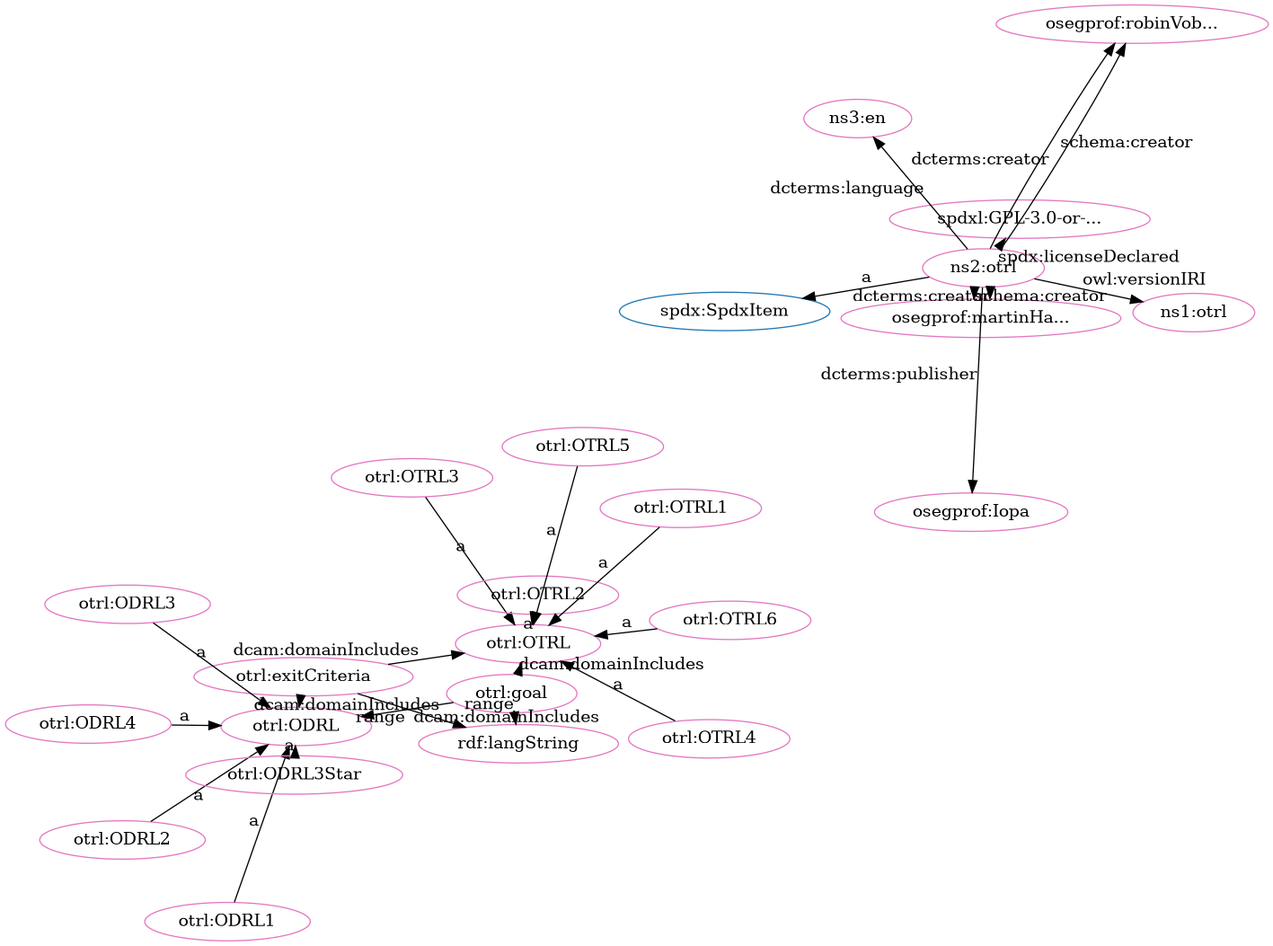
Earlier version of the Graphviz export src/spec/fdp_otrl-clean.png (iop-alliance/OpenKnowHow). Its source is kept beside it as src/spec/fdp_otrl-clean.dot. Source of this version:
```dot
digraph G {
  rankdir=BT
  node[height=.3]
"http://w3id.org/oseg/ont/otrl#ODRL" [fillcolor="#1f77b4" color="#1f77b4" label="otrl:ODRL"]
"http://spdx.org/rdf/terms#SpdxItem" [fillcolor="#1f77b4" color="#1f77b4" label="spdx:SpdxItem"]
"http://w3id.org/oseg/ont/otrl#OTRL" [fillcolor="#1f77b4" color="#1f77b4" label="otrl:OTRL"]
"http://w3id.org/oseg/ont/oseg-profiles#robinVobruba" [fillcolor="#e377c2" color="#e377c2" label="osegprof:robinVob..."]
"http://w3id.org/oseg/ont/otrl#ODRL1" [fillcolor="#e377c2" color="#e377c2" label="otrl:ODRL1"]
"http://w3id.org/oseg/ont/1.1.0/otrl" [fillcolor="#e377c2" color="#e377c2" label="ns1:otrl"]
"http://w3id.org/oseg/ont/otrl#OTRL3" [fillcolor="#e377c2" color="#e377c2" label="otrl:OTRL3"]
"http://w3id.org/oseg/ont/otrl#ODRL" [fillcolor="#e377c2" color="#e377c2" label="otrl:ODRL"]
"http://w3id.org/oseg/ont/otrl#OTRL2" [fillcolor="#e377c2" color="#e377c2" label="otrl:OTRL2"]
"http://w3id.org/oseg/ont/otrl#goal" [fillcolor="#e377c2" color="#e377c2" label="otrl:goal"]
"http://w3id.org/oseg/ont/otrl#OTRL5" [fillcolor="#e377c2" color="#e377c2" label="otrl:OTRL5"]
"http://spdx.org/licenses/GPL-3.0-or-later" [fillcolor="#e377c2" color="#e377c2" label="spdxl:GPL-3.0-or-..."]
"http://www.w3.org/1999/02/22-rdf-syntax-ns#langString" [fillcolor="#e377c2" color="#e377c2" label="rdf:langString"]
"http://w3id.org/oseg/ont/otrl" [fillcolor="#e377c2" color="#e377c2" label="ns2:otrl"]
"http://id.loc.gov/vocabulary/iso639-1/en" [fillcolor="#e377c2" color="#e377c2" label="ns3:en"]
"http://w3id.org/oseg/ont/otrl#OTRL" [fillcolor="#e377c2" color="#e377c2" label="otrl:OTRL"]
"http://w3id.org/oseg/ont/otrl#ODRL4" [fillcolor="#e377c2" color="#e377c2" label="otrl:ODRL4"]
"http://w3id.org/oseg/ont/otrl#OTRL4" [fillcolor="#e377c2" color="#e377c2" label="otrl:OTRL4"]
"http://w3id.org/oseg/ont/otrl#ODRL2" [fillcolor="#e377c2" color="#e377c2" label="otrl:ODRL2"]
"http://w3id.org/oseg/ont/otrl#exitCriteria" [fillcolor="#e377c2" color="#e377c2" label="otrl:exitCriteria"]
"http://w3id.org/oseg/ont/oseg-profiles#martinHaeuer" [fillcolor="#e377c2" color="#e377c2" label="osegprof:martinHa..."]
"http://w3id.org/oseg/ont/oseg-profiles#Iopa" [fillcolor="#e377c2" color="#e377c2" label="osegprof:Iopa"]
"http://w3id.org/oseg/ont/otrl#ODRL3Star" [fillcolor="#e377c2" color="#e377c2" label="otrl:ODRL3Star"]
"http://w3id.org/oseg/ont/otrl#OTRL1" [fillcolor="#e377c2" color="#e377c2" label="otrl:OTRL1"]
"http://w3id.org/oseg/ont/otrl#ODRL3" [fillcolor="#e377c2" color="#e377c2" label="otrl:ODRL3"]
"http://w3id.org/oseg/ont/otrl#OTRL6" [fillcolor="#e377c2" color="#e377c2" label="otrl:OTRL6"]
  "http://w3id.org/oseg/ont/otrl" -> "http://w3id.org/oseg/ont/oseg-profiles#robinVobruba" [label="dcterms:creator"]
  "http://w3id.org/oseg/ont/otrl#ODRL1" -> "http://w3id.org/oseg/ont/otrl#ODRL" [label="a"]
  "http://w3id.org/oseg/ont/otrl#OTRL5" -> "http://w3id.org/oseg/ont/otrl#OTRL" [label="a"]
  "http://w3id.org/oseg/ont/otrl" -> "http://spdx.org/licenses/GPL-3.0-or-later" [label="spdx:licenseDeclared"]
  "http://w3id.org/oseg/ont/otrl#ODRL4" -> "http://w3id.org/oseg/ont/otrl#ODRL" [label="a"]
  "http://w3id.org/oseg/ont/otrl#OTRL4" -> "http://w3id.org/oseg/ont/otrl#OTRL" [label="a"]
  "http://w3id.org/oseg/ont/otrl" -> "http://w3id.org/oseg/ont/oseg-profiles#robinVobruba" [label="schema:creator"]
  "http://w3id.org/oseg/ont/otrl#ODRL3Star" -> "http://w3id.org/oseg/ont/otrl#ODRL" [label="a"]
  "http://w3id.org/oseg/ont/otrl#exitCriteria" -> "http://w3id.org/oseg/ont/otrl#OTRL" [label="dcam:domainIncludes"]
  "http://w3id.org/oseg/ont/otrl" -> "http://w3id.org/oseg/ont/oseg-profiles#martinHaeuer" [label="dcterms:creator"]
  "http://w3id.org/oseg/ont/otrl" -> "http://w3id.org/oseg/ont/1.1.0/otrl" [label="owl:versionIRI"]
  "http://w3id.org/oseg/ont/otrl#OTRL3" -> "http://w3id.org/oseg/ont/otrl#OTRL" [label="a"]
  "http://w3id.org/oseg/ont/otrl#exitCriteria" -> "http://w3id.org/oseg/ont/otrl#ODRL" [label="dcam:domainIncludes"]
  "http://w3id.org/oseg/ont/otrl#OTRL2" -> "http://w3id.org/oseg/ont/otrl#OTRL" [label="a"]
  "http://w3id.org/oseg/ont/otrl#exitCriteria" -> "http://www.w3.org/1999/02/22-rdf-syntax-ns#langString" [label="range"]
  "http://w3id.org/oseg/ont/otrl" -> "http://id.loc.gov/vocabulary/iso639-1/en" [label="dcterms:language"]
  "http://w3id.org/oseg/ont/otrl" -> "http://spdx.org/rdf/terms#SpdxItem" [label="a"]
  "http://w3id.org/oseg/ont/otrl#goal" -> "http://w3id.org/oseg/ont/otrl#OTRL" [label="dcam:domainIncludes"]
  "http://w3id.org/oseg/ont/otrl#ODRL2" -> "http://w3id.org/oseg/ont/otrl#ODRL" [label="a"]
  "http://w3id.org/oseg/ont/otrl#goal" -> "http://w3id.org/oseg/ont/otrl#ODRL" [label="dcam:domainIncludes"]
  "http://w3id.org/oseg/ont/otrl" -> "http://w3id.org/oseg/ont/oseg-profiles#martinHaeuer" [label="schema:creator"]
  "http://w3id.org/oseg/ont/otrl" -> "http://w3id.org/oseg/ont/oseg-profiles#Iopa" [label="dcterms:publisher"]
  "http://w3id.org/oseg/ont/otrl#goal" -> "http://www.w3.org/1999/02/22-rdf-syntax-ns#langString" [label="range"]
  "http://w3id.org/oseg/ont/otrl#OTRL1" -> "http://w3id.org/oseg/ont/otrl#OTRL" [label="a"]
  "http://w3id.org/oseg/ont/otrl#ODRL3" -> "http://w3id.org/oseg/ont/otrl#ODRL" [label="a"]
  "http://w3id.org/oseg/ont/otrl#OTRL6" -> "http://w3id.org/oseg/ont/otrl#OTRL" [label="a"]
}
```
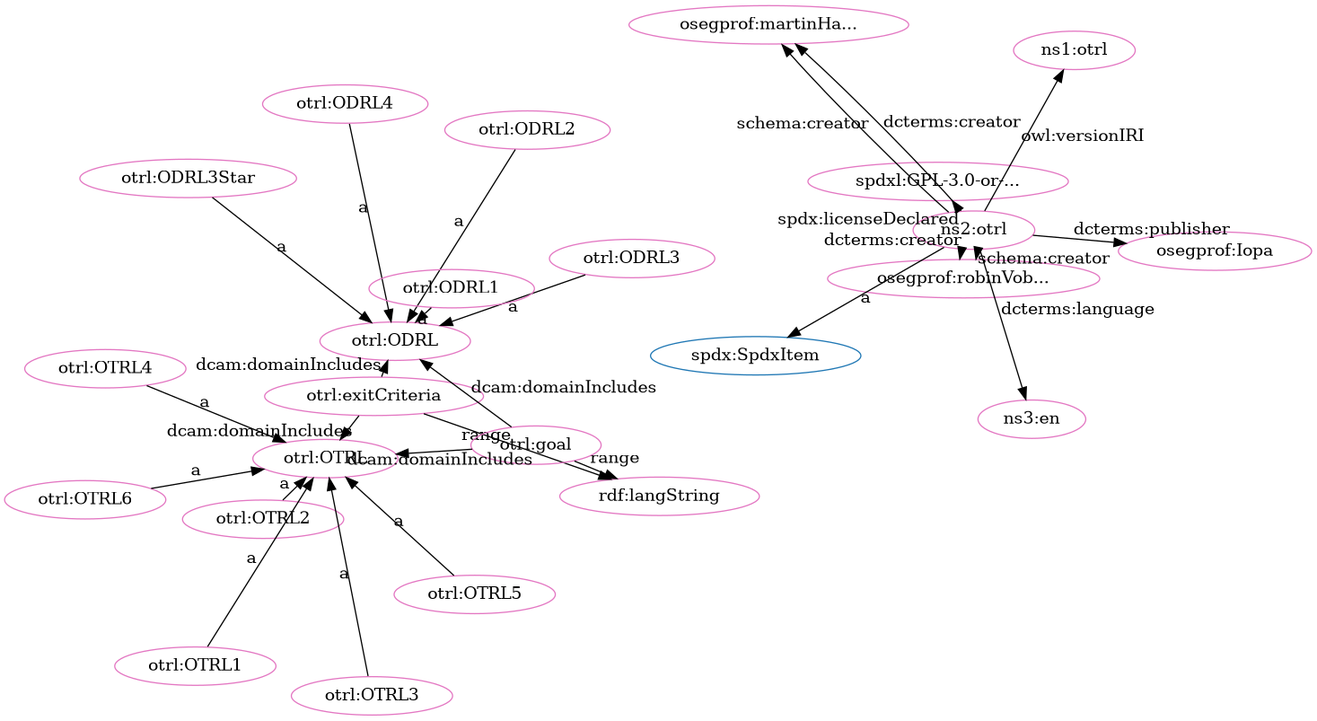
Above is the later version.

Diff of the diagram source:
```diff
@@ -1,56 +1,56 @@
 digraph G {
   rankdir=BT
   node[height=.3]
+"http://w3id.org/oseg/ont/otrl#OTRL" [fillcolor="#1f77b4" color="#1f77b4" label="otrl:OTRL"]
 "http://w3id.org/oseg/ont/otrl#ODRL" [fillcolor="#1f77b4" color="#1f77b4" label="otrl:ODRL"]
 "http://spdx.org/rdf/terms#SpdxItem" [fillcolor="#1f77b4" color="#1f77b4" label="spdx:SpdxItem"]
-"http://w3id.org/oseg/ont/otrl#OTRL" [fillcolor="#1f77b4" color="#1f77b4" label="otrl:OTRL"]
+"http://w3id.org/oseg/ont/oseg-profiles#Iopa" [fillcolor="#e377c2" color="#e377c2" label="osegprof:Iopa"]
+"http://w3id.org/oseg/ont/otrl#exitCriteria" [fillcolor="#e377c2" color="#e377c2" label="otrl:exitCriteria"]
+"http://w3id.org/oseg/ont/otrl#OTRL4" [fillcolor="#e377c2" color="#e377c2" label="otrl:OTRL4"]
+"http://w3id.org/oseg/ont/otrl#ODRL4" [fillcolor="#e377c2" color="#e377c2" label="otrl:ODRL4"]
+"http://w3id.org/oseg/ont/otrl#ODRL" [fillcolor="#e377c2" color="#e377c2" label="otrl:ODRL"]
 "http://w3id.org/oseg/ont/oseg-profiles#robinVobruba" [fillcolor="#e377c2" color="#e377c2" label="osegprof:robinVob..."]
-"http://w3id.org/oseg/ont/otrl#ODRL1" [fillcolor="#e377c2" color="#e377c2" label="otrl:ODRL1"]
+"http://w3id.org/oseg/ont/otrl#OTRL" [fillcolor="#e377c2" color="#e377c2" label="otrl:OTRL"]
+"http://w3id.org/oseg/ont/otrl#ODRL3Star" [fillcolor="#e377c2" color="#e377c2" label="otrl:ODRL3Star"]
+"http://www.w3.org/1999/02/22-rdf-syntax-ns#langString" [fillcolor="#e377c2" color="#e377c2" label="rdf:langString"]
+"http://w3id.org/oseg/ont/otrl#OTRL2" [fillcolor="#e377c2" color="#e377c2" label="otrl:OTRL2"]
+"http://w3id.org/oseg/ont/otrl#OTRL1" [fillcolor="#e377c2" color="#e377c2" label="otrl:OTRL1"]
+"http://w3id.org/oseg/ont/oseg-profiles#martinHaeuer" [fillcolor="#e377c2" color="#e377c2" label="osegprof:martinHa..."]
+"http://w3id.org/oseg/ont/otrl#goal" [fillcolor="#e377c2" color="#e377c2" label="otrl:goal"]
+"http://w3id.org/oseg/ont/otrl#ODRL3" [fillcolor="#e377c2" color="#e377c2" label="otrl:ODRL3"]
+"http://spdx.org/licenses/GPL-3.0-or-later" [fillcolor="#e377c2" color="#e377c2" label="spdxl:GPL-3.0-or-..."]
+"http://w3id.org/oseg/ont/otrl#OTRL6" [fillcolor="#e377c2" color="#e377c2" label="otrl:OTRL6"]
 "http://w3id.org/oseg/ont/1.1.0/otrl" [fillcolor="#e377c2" color="#e377c2" label="ns1:otrl"]
-"http://w3id.org/oseg/ont/otrl#OTRL3" [fillcolor="#e377c2" color="#e377c2" label="otrl:OTRL3"]
-"http://w3id.org/oseg/ont/otrl#ODRL" [fillcolor="#e377c2" color="#e377c2" label="otrl:ODRL"]
-"http://w3id.org/oseg/ont/otrl#OTRL2" [fillcolor="#e377c2" color="#e377c2" label="otrl:OTRL2"]
-"http://w3id.org/oseg/ont/otrl#goal" [fillcolor="#e377c2" color="#e377c2" label="otrl:goal"]
-"http://w3id.org/oseg/ont/otrl#OTRL5" [fillcolor="#e377c2" color="#e377c2" label="otrl:OTRL5"]
-"http://spdx.org/licenses/GPL-3.0-or-later" [fillcolor="#e377c2" color="#e377c2" label="spdxl:GPL-3.0-or-..."]
-"http://www.w3.org/1999/02/22-rdf-syntax-ns#langString" [fillcolor="#e377c2" color="#e377c2" label="rdf:langString"]
 "http://w3id.org/oseg/ont/otrl" [fillcolor="#e377c2" color="#e377c2" label="ns2:otrl"]
 "http://id.loc.gov/vocabulary/iso639-1/en" [fillcolor="#e377c2" color="#e377c2" label="ns3:en"]
-"http://w3id.org/oseg/ont/otrl#OTRL" [fillcolor="#e377c2" color="#e377c2" label="otrl:OTRL"]
-"http://w3id.org/oseg/ont/otrl#ODRL4" [fillcolor="#e377c2" color="#e377c2" label="otrl:ODRL4"]
-"http://w3id.org/oseg/ont/otrl#OTRL4" [fillcolor="#e377c2" color="#e377c2" label="otrl:OTRL4"]
 "http://w3id.org/oseg/ont/otrl#ODRL2" [fillcolor="#e377c2" color="#e377c2" label="otrl:ODRL2"]
-"http://w3id.org/oseg/ont/otrl#exitCriteria" [fillcolor="#e377c2" color="#e377c2" label="otrl:exitCriteria"]
-"http://w3id.org/oseg/ont/oseg-profiles#martinHaeuer" [fillcolor="#e377c2" color="#e377c2" label="osegprof:martinHa..."]
-"http://w3id.org/oseg/ont/oseg-profiles#Iopa" [fillcolor="#e377c2" color="#e377c2" label="osegprof:Iopa"]
-"http://w3id.org/oseg/ont/otrl#ODRL3Star" [fillcolor="#e377c2" color="#e377c2" label="otrl:ODRL3Star"]
-"http://w3id.org/oseg/ont/otrl#OTRL1" [fillcolor="#e377c2" color="#e377c2" label="otrl:OTRL1"]
-"http://w3id.org/oseg/ont/otrl#ODRL3" [fillcolor="#e377c2" color="#e377c2" label="otrl:ODRL3"]
-"http://w3id.org/oseg/ont/otrl#OTRL6" [fillcolor="#e377c2" color="#e377c2" label="otrl:OTRL6"]
+"http://w3id.org/oseg/ont/otrl#OTRL3" [fillcolor="#e377c2" color="#e377c2" label="otrl:OTRL3"]
+"http://w3id.org/oseg/ont/otrl#ODRL1" [fillcolor="#e377c2" color="#e377c2" label="otrl:ODRL1"]
+"http://w3id.org/oseg/ont/otrl#OTRL5" [fillcolor="#e377c2" color="#e377c2" label="otrl:OTRL5"]
+  "http://w3id.org/oseg/ont/otrl" -> "http://w3id.org/oseg/ont/oseg-profiles#Iopa" [label="dcterms:publisher"]
+  "http://w3id.org/oseg/ont/otrl#OTRL4" -> "http://w3id.org/oseg/ont/otrl#OTRL" [label="a"]
+  "http://w3id.org/oseg/ont/otrl#goal" -> "http://w3id.org/oseg/ont/otrl#ODRL" [label="dcam:domainIncludes"]
+  "http://w3id.org/oseg/ont/otrl#exitCriteria" -> "http://w3id.org/oseg/ont/otrl#OTRL" [label="dcam:domainIncludes"]
+  "http://w3id.org/oseg/ont/otrl" -> "http://w3id.org/oseg/ont/oseg-profiles#robinVobruba" [label="schema:creator"]
+  "http://w3id.org/oseg/ont/otrl#OTRL2" -> "http://w3id.org/oseg/ont/otrl#OTRL" [label="a"]
+  "http://w3id.org/oseg/ont/otrl#OTRL1" -> "http://w3id.org/oseg/ont/otrl#OTRL" [label="a"]
+  "http://w3id.org/oseg/ont/otrl" -> "http://w3id.org/oseg/ont/oseg-profiles#martinHaeuer" [label="schema:creator"]
+  "http://w3id.org/oseg/ont/otrl#ODRL3" -> "http://w3id.org/oseg/ont/otrl#ODRL" [label="a"]
+  "http://w3id.org/oseg/ont/otrl" -> "http://w3id.org/oseg/ont/1.1.0/otrl" [label="owl:versionIRI"]
   "http://w3id.org/oseg/ont/otrl" -> "http://w3id.org/oseg/ont/oseg-profiles#robinVobruba" [label="dcterms:creator"]
+  "http://w3id.org/oseg/ont/otrl" -> "http://id.loc.gov/vocabulary/iso639-1/en" [label="dcterms:language"]
   "http://w3id.org/oseg/ont/otrl#ODRL1" -> "http://w3id.org/oseg/ont/otrl#ODRL" [label="a"]
+  "http://w3id.org/oseg/ont/otrl" -> "http://spdx.org/rdf/terms#SpdxItem" [label="a"]
+  "http://w3id.org/oseg/ont/otrl" -> "http://w3id.org/oseg/ont/oseg-profiles#martinHaeuer" [label="dcterms:creator"]
+  "http://w3id.org/oseg/ont/otrl#ODRL4" -> "http://w3id.org/oseg/ont/otrl#ODRL" [label="a"]
+  "http://w3id.org/oseg/ont/otrl#goal" -> "http://w3id.org/oseg/ont/otrl#OTRL" [label="dcam:domainIncludes"]
+  "http://w3id.org/oseg/ont/otrl#ODRL3Star" -> "http://w3id.org/oseg/ont/otrl#ODRL" [label="a"]
+  "http://w3id.org/oseg/ont/otrl#exitCriteria" -> "http://www.w3.org/1999/02/22-rdf-syntax-ns#langString" [label="range"]
+  "http://w3id.org/oseg/ont/otrl#goal" -> "http://www.w3.org/1999/02/22-rdf-syntax-ns#langString" [label="range"]
+  "http://w3id.org/oseg/ont/otrl" -> "http://spdx.org/licenses/GPL-3.0-or-later" [label="spdx:licenseDeclared"]
+  "http://w3id.org/oseg/ont/otrl#OTRL6" -> "http://w3id.org/oseg/ont/otrl#OTRL" [label="a"]
+  "http://w3id.org/oseg/ont/otrl#exitCriteria" -> "http://w3id.org/oseg/ont/otrl#ODRL" [label="dcam:domainIncludes"]
+  "http://w3id.org/oseg/ont/otrl#ODRL2" -> "http://w3id.org/oseg/ont/otrl#ODRL" [label="a"]
+  "http://w3id.org/oseg/ont/otrl#OTRL3" -> "http://w3id.org/oseg/ont/otrl#OTRL" [label="a"]
   "http://w3id.org/oseg/ont/otrl#OTRL5" -> "http://w3id.org/oseg/ont/otrl#OTRL" [label="a"]
-  "http://w3id.org/oseg/ont/otrl" -> "http://spdx.org/licenses/GPL-3.0-or-later" [label="spdx:licenseDeclared"]
-  "http://w3id.org/oseg/ont/otrl#ODRL4" -> "http://w3id.org/oseg/ont/otrl#ODRL" [label="a"]
-  "http://w3id.org/oseg/ont/otrl#OTRL4" -> "http://w3id.org/oseg/ont/otrl#OTRL" [label="a"]
-  "http://w3id.org/oseg/ont/otrl" -> "http://w3id.org/oseg/ont/oseg-profiles#robinVobruba" [label="schema:creator"]
-  "http://w3id.org/oseg/ont/otrl#ODRL3Star" -> "http://w3id.org/oseg/ont/otrl#ODRL" [label="a"]
-  "http://w3id.org/oseg/ont/otrl#exitCriteria" -> "http://w3id.org/oseg/ont/otrl#OTRL" [label="dcam:domainIncludes"]
-  "http://w3id.org/oseg/ont/otrl" -> "http://w3id.org/oseg/ont/oseg-profiles#martinHaeuer" [label="dcterms:creator"]
-  "http://w3id.org/oseg/ont/otrl" -> "http://w3id.org/oseg/ont/1.1.0/otrl" [label="owl:versionIRI"]
-  "http://w3id.org/oseg/ont/otrl#OTRL3" -> "http://w3id.org/oseg/ont/otrl#OTRL" [label="a"]
-  "http://w3id.org/oseg/ont/otrl#exitCriteria" -> "http://w3id.org/oseg/ont/otrl#ODRL" [label="dcam:domainIncludes"]
-  "http://w3id.org/oseg/ont/otrl#OTRL2" -> "http://w3id.org/oseg/ont/otrl#OTRL" [label="a"]
-  "http://w3id.org/oseg/ont/otrl#exitCriteria" -> "http://www.w3.org/1999/02/22-rdf-syntax-ns#langString" [label="range"]
-  "http://w3id.org/oseg/ont/otrl" -> "http://id.loc.gov/vocabulary/iso639-1/en" [label="dcterms:language"]
-  "http://w3id.org/oseg/ont/otrl" -> "http://spdx.org/rdf/terms#SpdxItem" [label="a"]
-  "http://w3id.org/oseg/ont/otrl#goal" -> "http://w3id.org/oseg/ont/otrl#OTRL" [label="dcam:domainIncludes"]
-  "http://w3id.org/oseg/ont/otrl#ODRL2" -> "http://w3id.org/oseg/ont/otrl#ODRL" [label="a"]
-  "http://w3id.org/oseg/ont/otrl#goal" -> "http://w3id.org/oseg/ont/otrl#ODRL" [label="dcam:domainIncludes"]
-  "http://w3id.org/oseg/ont/otrl" -> "http://w3id.org/oseg/ont/oseg-profiles#martinHaeuer" [label="schema:creator"]
-  "http://w3id.org/oseg/ont/otrl" -> "http://w3id.org/oseg/ont/oseg-profiles#Iopa" [label="dcterms:publisher"]
-  "http://w3id.org/oseg/ont/otrl#goal" -> "http://www.w3.org/1999/02/22-rdf-syntax-ns#langString" [label="range"]
-  "http://w3id.org/oseg/ont/otrl#OTRL1" -> "http://w3id.org/oseg/ont/otrl#OTRL" [label="a"]
-  "http://w3id.org/oseg/ont/otrl#ODRL3" -> "http://w3id.org/oseg/ont/otrl#ODRL" [label="a"]
-  "http://w3id.org/oseg/ont/otrl#OTRL6" -> "http://w3id.org/oseg/ont/otrl#OTRL" [label="a"]
 }
```
